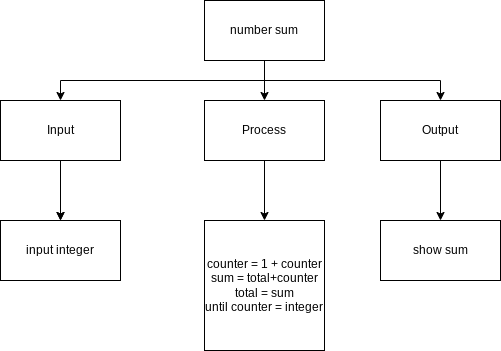
Before: plan.png, a diagram exported from draw.io (devin-jhu/ICS3U-Unit4-01-Python). Source tidied: cells renumbered, new cells last; positions are measured from the earlier drawing's top-left corner, leaving out a move shared by most shapes. Source of this version:
```xml
<mxGraphModel>
  <root>
    <mxCell id="0" />
    <mxCell id="1" parent="0" />
    <mxCell id="2" style="edgeStyle=orthogonalEdgeStyle;rounded=0;html=1;exitX=0.5;exitY=1;exitDx=0;exitDy=0;entryX=0.5;entryY=0;entryDx=0;entryDy=0;" parent="1" edge="1" source="5" target="10">
      <mxGeometry relative="1" as="geometry" />
    </mxCell>
    <mxCell id="3" style="edgeStyle=orthogonalEdgeStyle;rounded=0;html=1;exitX=0.5;exitY=1;exitDx=0;exitDy=0;entryX=0.5;entryY=0;entryDx=0;entryDy=0;" parent="1" edge="1" source="5" target="8">
      <mxGeometry relative="1" as="geometry" />
    </mxCell>
    <mxCell id="4" style="edgeStyle=orthogonalEdgeStyle;rounded=0;html=1;exitX=0.5;exitY=1;exitDx=0;exitDy=0;" parent="1" edge="1" source="5" target="12">
      <mxGeometry relative="1" as="geometry" />
    </mxCell>
    <mxCell id="5" value="number sum" style="rounded=0;whiteSpace=wrap;html=1;" parent="1" vertex="1">
      <mxGeometry x="204" width="120" height="60" as="geometry" />
    </mxCell>
    <mxCell id="6" style="edgeStyle=orthogonalEdgeStyle;rounded=0;html=1;exitX=0.5;exitY=1;exitDx=0;exitDy=0;entryX=0.5;entryY=0;entryDx=0;entryDy=0;" parent="1" edge="1" source="8">
      <mxGeometry relative="1" as="geometry">
        <mxPoint x="60" y="220" as="targetPoint" />
      </mxGeometry>
    </mxCell>
    <mxCell id="7" style="edgeStyle=orthogonalEdgeStyle;rounded=0;html=1;exitX=0.5;exitY=1;exitDx=0;exitDy=0;" parent="1" edge="1" source="8" target="15">
      <mxGeometry relative="1" as="geometry" />
    </mxCell>
    <mxCell id="8" value="Input" style="rounded=0;whiteSpace=wrap;html=1;" parent="1" vertex="1">
      <mxGeometry y="100" width="120" height="60" as="geometry" />
    </mxCell>
    <mxCell id="9" style="edgeStyle=orthogonalEdgeStyle;html=1;exitX=0.5;exitY=1;exitDx=0;exitDy=0;rounded=0;" parent="1" edge="1" source="10" target="13">
      <mxGeometry relative="1" as="geometry" />
    </mxCell>
    <mxCell id="10" value="Process" style="rounded=0;whiteSpace=wrap;html=1;" parent="1" vertex="1">
      <mxGeometry x="204" y="100" width="120" height="60" as="geometry" />
    </mxCell>
    <mxCell id="11" style="edgeStyle=orthogonalEdgeStyle;html=1;exitX=0.5;exitY=1;exitDx=0;exitDy=0;rounded=0;" parent="1" edge="1" source="12" target="14">
      <mxGeometry relative="1" as="geometry" />
    </mxCell>
    <mxCell id="12" value="Output" style="rounded=0;whiteSpace=wrap;html=1;" parent="1" vertex="1">
      <mxGeometry x="380" y="100" width="120" height="60" as="geometry" />
    </mxCell>
    <mxCell id="13" value="counter = 1 + counter&lt;br&gt;sum = total+counter&lt;br&gt;total = sum&lt;br&gt;until counter = integer" style="rounded=0;whiteSpace=wrap;html=1;" parent="1" vertex="1">
      <mxGeometry x="204" y="220" width="120" height="130" as="geometry" />
    </mxCell>
    <mxCell id="14" value="show sum" style="rounded=0;whiteSpace=wrap;html=1;" parent="1" vertex="1">
      <mxGeometry x="380" y="220" width="120" height="60" as="geometry" />
    </mxCell>
    <mxCell id="15" value="input integer" style="rounded=0;whiteSpace=wrap;html=1;" parent="1" vertex="1">
      <mxGeometry y="220" width="120" height="60" as="geometry" />
    </mxCell>
  </root>
</mxGraphModel>
```
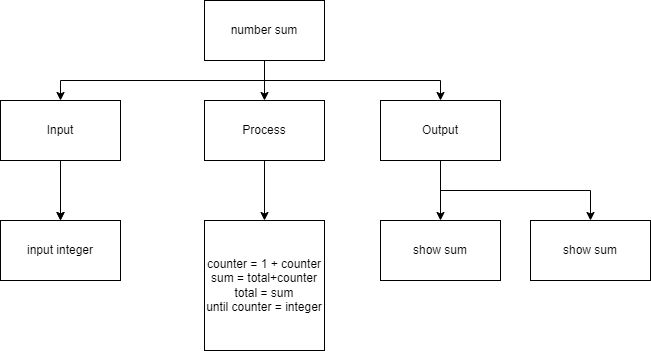
Later version of the same file.

What changed in the source:
```diff
@@ -34,6 +34,9 @@
     <mxCell id="11" style="edgeStyle=orthogonalEdgeStyle;html=1;exitX=0.5;exitY=1;exitDx=0;exitDy=0;rounded=0;" parent="1" edge="1" source="12" target="14">
       <mxGeometry relative="1" as="geometry" />
     </mxCell>
+    <mxCell id="16" style="edgeStyle=orthogonalEdgeStyle;html=1;exitX=0.5;exitY=1;exitDx=0;exitDy=0;entryX=0.5;entryY=0;entryDx=0;entryDy=0;rounded=0;" parent="1" edge="1" source="12" target="17">
+      <mxGeometry relative="1" as="geometry" />
+    </mxCell>
     <mxCell id="12" value="Output" style="rounded=0;whiteSpace=wrap;html=1;" parent="1" vertex="1">
       <mxGeometry x="380" y="100" width="120" height="60" as="geometry" />
     </mxCell>
@@ -46,5 +49,8 @@
     <mxCell id="15" value="input integer" style="rounded=0;whiteSpace=wrap;html=1;" parent="1" vertex="1">
       <mxGeometry y="220" width="120" height="60" as="geometry" />
     </mxCell>
+    <mxCell id="17" value="show sum" style="rounded=0;whiteSpace=wrap;html=1;" parent="1" vertex="1">
+      <mxGeometry x="530" y="220" width="120" height="60" as="geometry" />
+    </mxCell>
   </root>
 </mxGraphModel>
```
